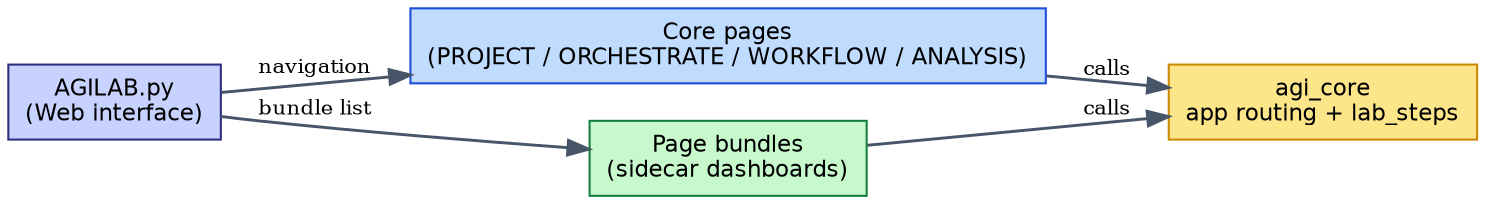
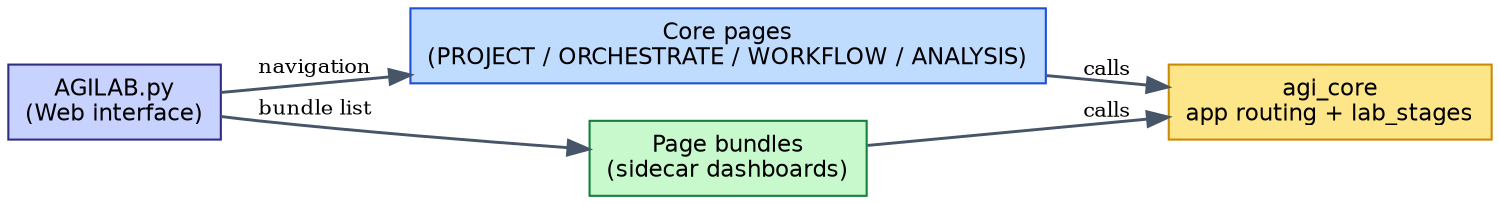
digraph AgilabPages {
  rankdir=LR;
  node [shape=box, style=filled, color="#0f172a", fillcolor="#e2e8f0", fontname="Helvetica", fontsize=11];
  edge [color="#475569", penwidth=1.4];

  AGILAB [label="AGILAB.py\n(Web interface)", fillcolor="#c7d2fe", color="#312e81"];
  PagesCore [label="Core pages\n(PROJECT / ORCHESTRATE / WORKFLOW / ANALYSIS)", fillcolor="#bfdbfe", color="#1d4ed8"];
  AppsPages [label="Page bundles\n(sidecar dashboards)", fillcolor="#c7f9cc", color="#15803d"];
-   AgiCore [label="agi_core\napp routing + lab_steps", fillcolor="#fde68a", color="#ca8a04"];
+   AgiCore [label="agi_core\napp routing + lab_stages", fillcolor="#fde68a", color="#ca8a04"];

  AGILAB -> PagesCore [label="navigation", fontsize=10];
  AGILAB -> AppsPages [label="bundle list", fontsize=10];
  PagesCore -> AgiCore [label="calls", fontsize=10];
  AppsPages -> AgiCore [label="calls", fontsize=10];
}
